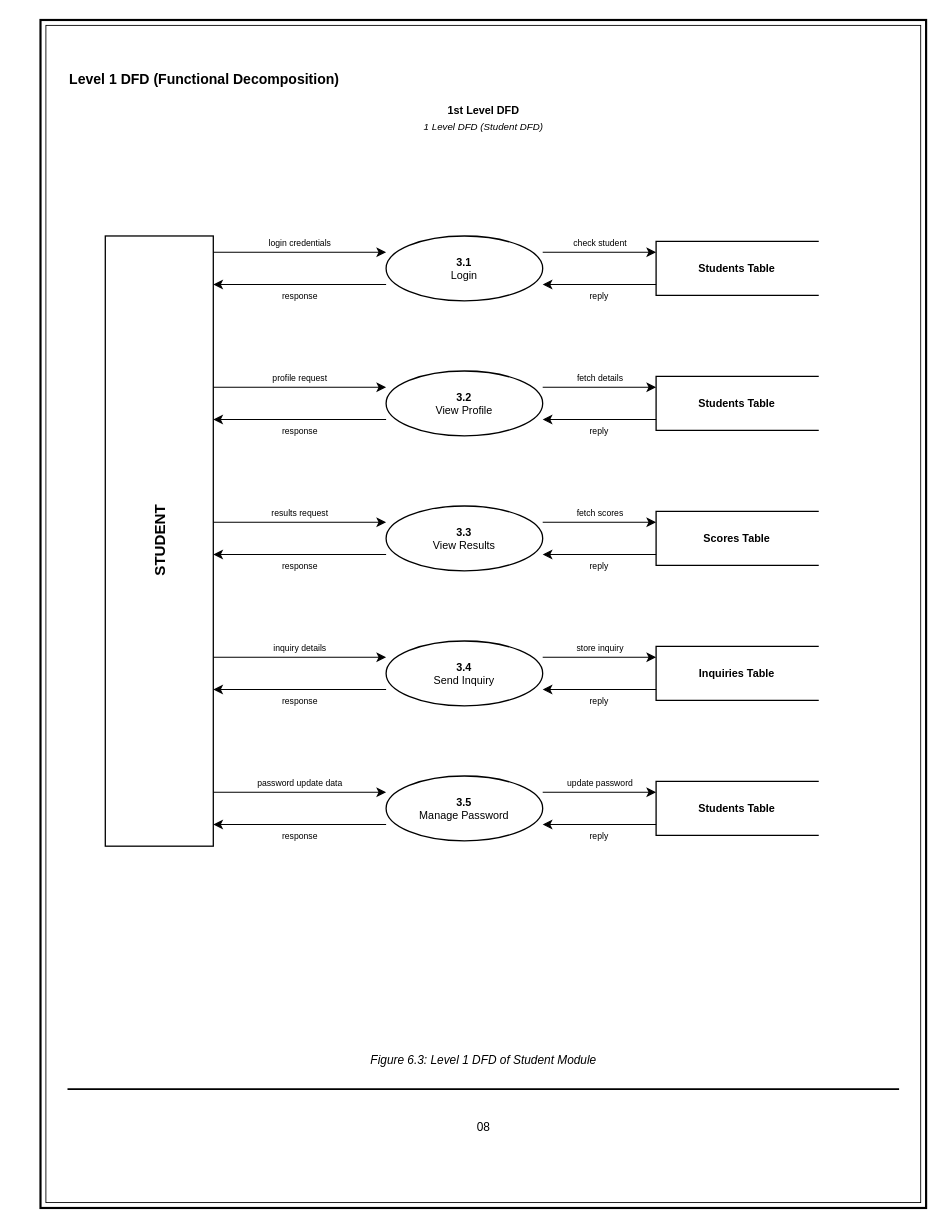
The draw.io diagram student.drawio in aman2910sm-code/schoole, before the edit. Source tidied: cells renumbered, new cells numbered last; positions are measured from the earlier drawing's top-left corner, leaving out a move shared by most shapes. Both pictures are drawn from the tidied source at 108%, with x=0, y=0 at pixel (40, 19).
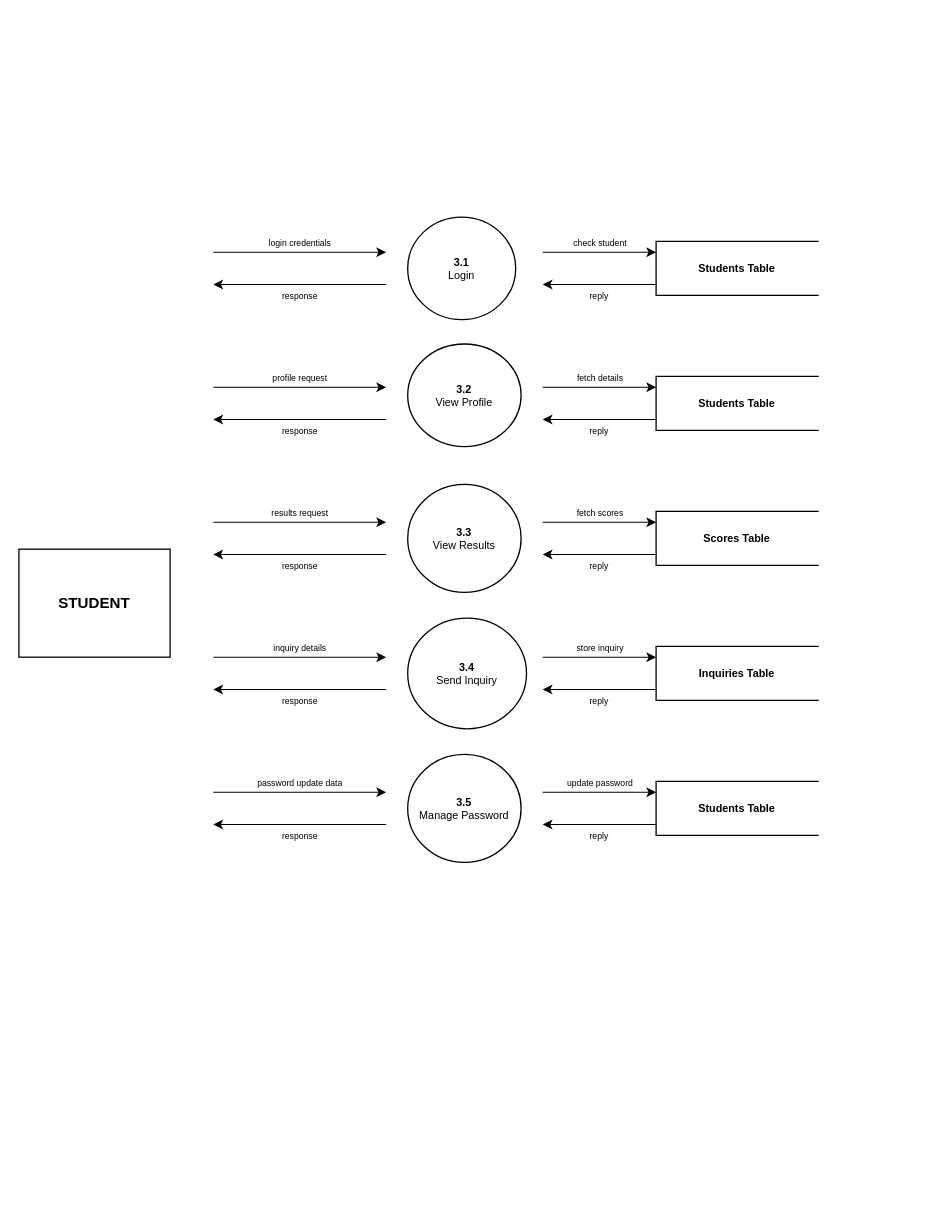
The same page after the edit.

Change to the diagram source:
```diff
@@
-    <mxCell id="2" style="rounded=0;whiteSpace=wrap;html=1;fillColor=none;strokeColor=#000000;strokeWidth=2;" parent="1" vertex="1">
-      <mxGeometry width="820" height="1100" as="geometry" />
-    </mxCell>
-    <mxCell id="3" style="rounded=0;whiteSpace=wrap;html=1;fillColor=none;strokeColor=#000000;strokeWidth=0.8;" parent="1" vertex="1">
-      <mxGeometry x="5" y="5" width="810" height="1090" as="geometry" />
-    </mxCell>
-    <mxCell id="4" value="&lt;b&gt;Level 1 DFD (Functional Decomposition)&lt;/b&gt;" style="text;html=1;align=left;verticalAlign=middle;fontSize=13;fontColor=#000000;" parent="1" vertex="1">
-      <mxGeometry x="25" y="40" width="350" height="30" as="geometry" />
-    </mxCell>
-    <mxCell id="5" value="&lt;b&gt;1st Level DFD&lt;/b&gt;" style="text;html=1;align=center;verticalAlign=middle;fontSize=10;fontColor=#000000;" parent="1" vertex="1">
-      <mxGeometry x="310" y="75" width="200" height="18" as="geometry" />
-    </mxCell>
-    <mxCell id="6" value="&lt;i&gt;1 Level DFD (Student DFD)&lt;/i&gt;" style="text;html=1;align=center;verticalAlign=middle;fontSize=9;fontColor=#000000;" parent="1" vertex="1">
-      <mxGeometry x="310" y="90" width="200" height="18" as="geometry" />
-    </mxCell>
-    <mxCell id="7" value="&lt;b&gt;STUDENT&lt;/b&gt;" style="rounded=0;whiteSpace=wrap;html=1;fillColor=#FFFFFF;strokeColor=#000000;strokeWidth=1.2;fontColor=#000000;fontSize=14;fontStyle=1;horizontal=0;align=center;verticalAlign=middle;" parent="1" vertex="1">
-      <mxGeometry x="60" y="200" width="100" height="565" as="geometry" />
+    <mxCell id="7" value="&lt;b&gt;STUDENT&lt;/b&gt;" style="rounded=0;whiteSpace=wrap;html=1;fillColor=#FFFFFF;strokeColor=#000000;strokeWidth=1.2;fontColor=#000000;fontSize=14;fontStyle=1;horizontal=0;align=center;verticalAlign=middle;rotation=90;" parent="1" vertex="1">
+      <mxGeometry y="470" width="100" height="140" as="geometry" />
     </mxCell>
     <mxCell id="8" value="&lt;b&gt;3.1&lt;/b&gt;&lt;br/&gt;Login" style="ellipse;whiteSpace=wrap;html=1;fillColor=#FFFFFF;strokeColor=#000000;strokeWidth=1.2;fontColor=#000000;fontSize=10;align=center;verticalAlign=middle;" parent="1" vertex="1">
-      <mxGeometry x="320" y="200" width="145" height="60" as="geometry" />
+      <mxGeometry x="340" y="182.5" width="100" height="95" as="geometry" />
     </mxCell>
@@
     <mxCell id="14" value="&lt;b&gt;3.2&lt;/b&gt;&lt;br/&gt;View Profile" style="ellipse;whiteSpace=wrap;html=1;fillColor=#FFFFFF;strokeColor=#000000;strokeWidth=1.2;fontColor=#000000;fontSize=10;align=center;verticalAlign=middle;" parent="1" vertex="1">
-      <mxGeometry x="320" y="325" width="145" height="60" as="geometry" />
+      <mxGeometry x="340" y="300" width="105" height="95" as="geometry" />
     </mxCell>
@@
     <mxCell id="20" value="&lt;b&gt;3.3&lt;/b&gt;&lt;br/&gt;View Results" style="ellipse;whiteSpace=wrap;html=1;fillColor=#FFFFFF;strokeColor=#000000;strokeWidth=1.2;fontColor=#000000;fontSize=10;align=center;verticalAlign=middle;" parent="1" vertex="1">
-      <mxGeometry x="320" y="450" width="145" height="60" as="geometry" />
+      <mxGeometry x="340" y="430" width="105" height="100" as="geometry" />
     </mxCell>
@@
     <mxCell id="26" value="&lt;b&gt;3.4&lt;/b&gt;&lt;br/&gt;Send Inquiry" style="ellipse;whiteSpace=wrap;html=1;fillColor=#FFFFFF;strokeColor=#000000;strokeWidth=1.2;fontColor=#000000;fontSize=10;align=center;verticalAlign=middle;" parent="1" vertex="1">
-      <mxGeometry x="320" y="575" width="145" height="60" as="geometry" />
+      <mxGeometry x="340" y="553.8" width="110" height="102.5" as="geometry" />
     </mxCell>
@@
     <mxCell id="32" value="&lt;b&gt;3.5&lt;/b&gt;&lt;br/&gt;Manage Password" style="ellipse;whiteSpace=wrap;html=1;fillColor=#FFFFFF;strokeColor=#000000;strokeWidth=1.2;fontColor=#000000;fontSize=10;align=center;verticalAlign=middle;" parent="1" vertex="1">
-      <mxGeometry x="320" y="700" width="145" height="60" as="geometry" />
+      <mxGeometry x="340" y="680" width="105" height="100" as="geometry" />
     </mxCell>
@@
-    <mxCell id="38" value="&lt;i&gt;Figure 6.3: Level 1 DFD of Student Module&lt;/i&gt;" style="text;html=1;align=center;verticalAlign=middle;fontSize=11;fontColor=#000000;fontStyle=2;" parent="1" vertex="1">
-      <mxGeometry x="210" y="950" width="400" height="25" as="geometry" />
-    </mxCell>
-    <mxCell id="39" style="edgeStyle=none;rounded=0;html=1;endArrow=none;strokeColor=#000000;strokeWidth=1.5;" parent="1" edge="1">
-      <mxGeometry relative="1" as="geometry">
-        <mxPoint x="25" y="990" as="sourcePoint" />
-        <mxPoint x="795" y="990" as="targetPoint" />
-      </mxGeometry>
-    </mxCell>
-    <mxCell id="40" value="08" style="text;html=1;align=center;verticalAlign=middle;fontSize=11;fontColor=#000000;" parent="1" vertex="1">
-      <mxGeometry x="385" y="1015" width="50" height="20" as="geometry" />
-    </mxCell>
```
